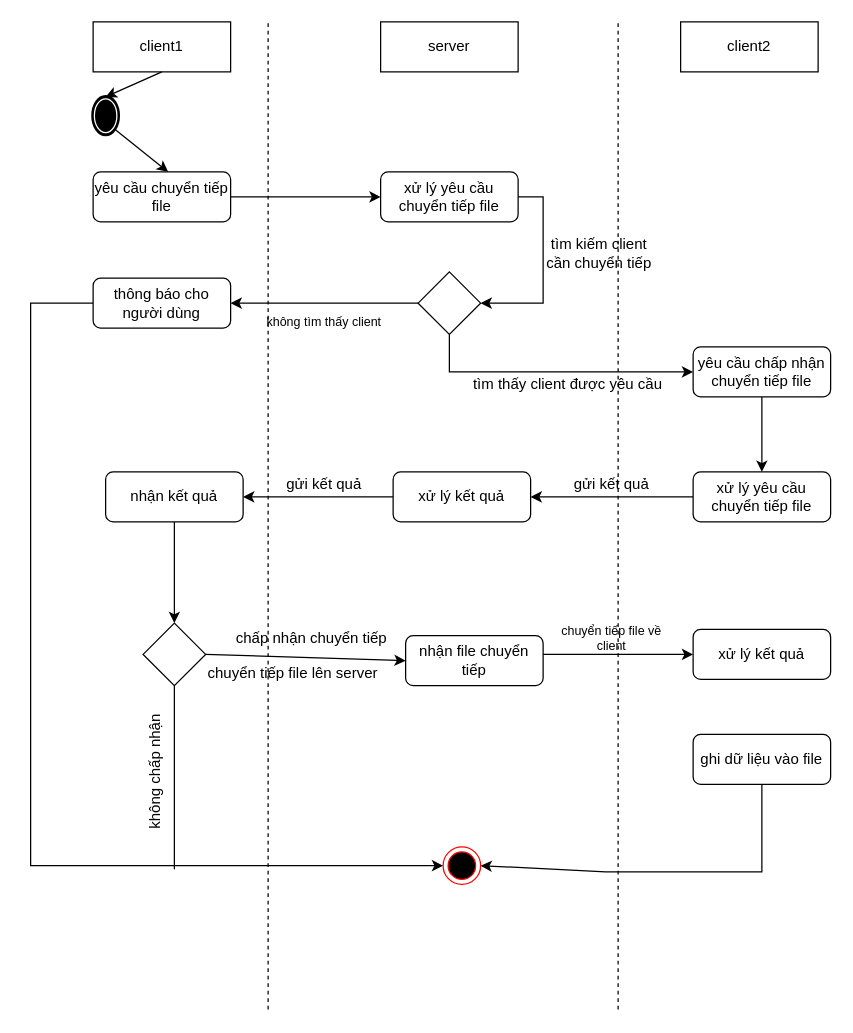
This is page "Page-1" (1 of 3) of INFO/ltm.drawio from phamhongphuc1999/NetworkPrograming, a draw.io file, before an edit. Source tidied: cells renumbered, new cells numbered last; positions are measured from the earlier drawing's top-left corner, leaving out a move shared by most shapes. Both pictures are drawn from the tidied source at 125%, with x=0, y=0 at pixel (30, 21).
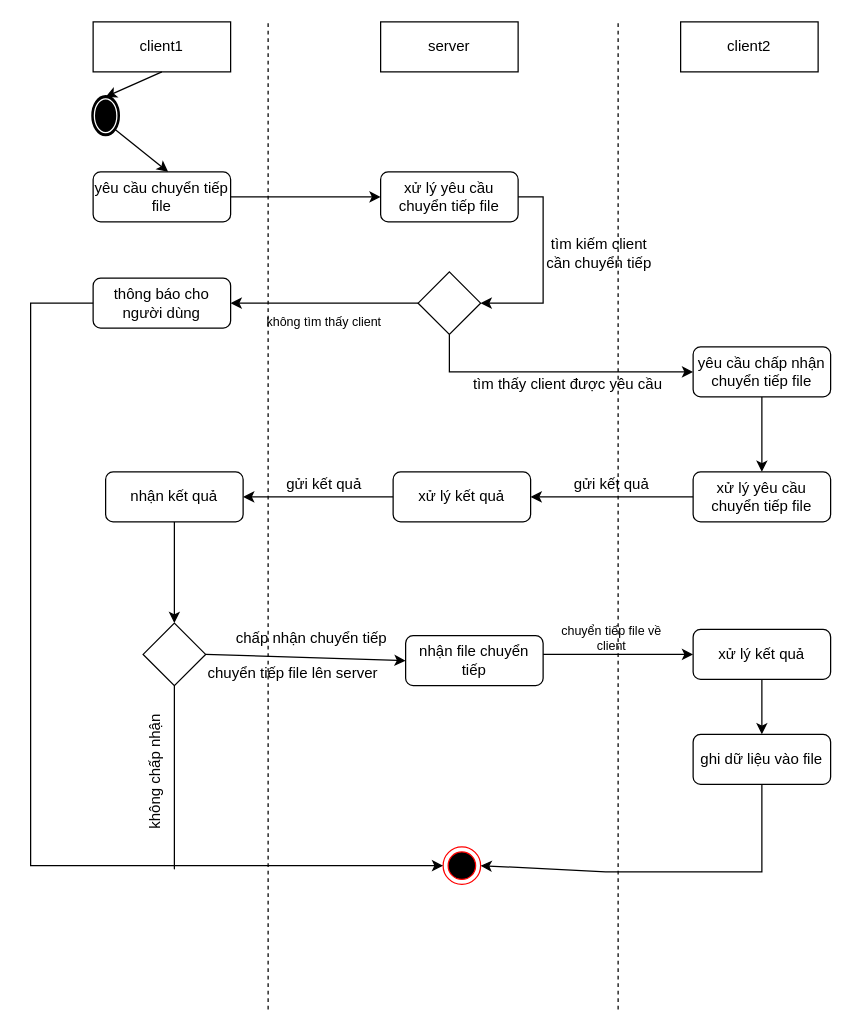
The same page after the edit.

The change refers to these unchanged cells:
```xml
<mxCell id="24" value="xử lý kết quả" style="rounded=1;whiteSpace=wrap;html=1;" parent="1" vertex="1">
  <mxGeometry x="530" y="486" width="110" height="40" as="geometry" />
</mxCell>
<mxCell id="29" value="ghi dữ liệu vào file" style="rounded=1;whiteSpace=wrap;html=1;" parent="1" vertex="1">
  <mxGeometry x="530" y="570" width="110" height="40" as="geometry" />
</mxCell>
```

Change to the diagram source:
```diff
@@
+    <mxCell id="45" style="endArrow=classic;html=1;exitX=0.5;exitY=1;exitDx=0;exitDy=0;entryX=0.5;entryY=0;entryDx=0;entryDy=0;" parent="1" edge="1" source="24" target="29">
+      <mxGeometry relative="1" as="geometry" />
+    </mxCell>
```
